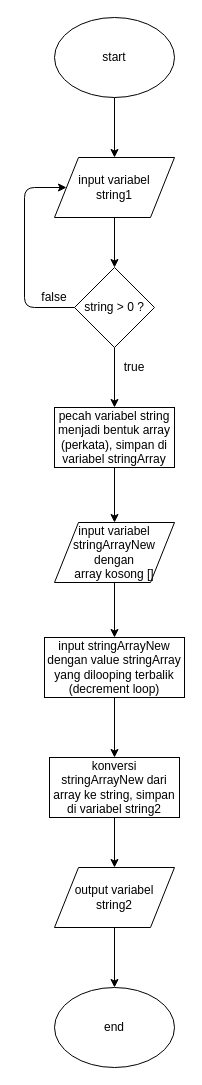
Above: fundamental-algorithm/words_reverse/words_reverse_v1.drawio in rifanid98/arkademy-rangkuman-materi (draw.io), before the change. Source tidied: cells renumbered, new cells numbered last; positions are measured from the earlier drawing's top-left corner, leaving out a move shared by most shapes. Both pictures are drawn from the tidied source at 100%, with x=0, y=0 at pixel (24, 17).
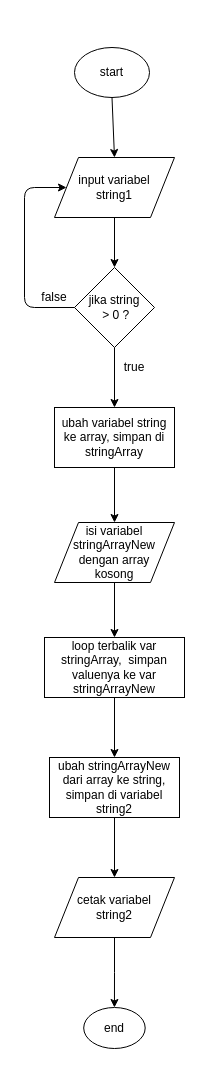
After the change.

The edit, as a diff of the source:
```diff
@@
     <mxCell id="2" value="start" style="ellipse;whiteSpace=wrap;html=1;" parent="1" vertex="1">
-      <mxGeometry x="30" width="120" height="80" as="geometry" />
+      <mxGeometry x="50" y="30" width="75" height="50" as="geometry" />
     </mxCell>
@@
-    <mxCell id="7" value="pecah variabel string menjadi bentuk array (perkata), simpan di variabel stringArray" style="rounded=0;whiteSpace=wrap;html=1;" parent="1" vertex="1">
+    <mxCell id="7" value="ubah variabel string ke array, simpan di stringArray" style="rounded=0;whiteSpace=wrap;html=1;" parent="1" vertex="1">
       <mxGeometry x="30" y="390" width="120" height="60" as="geometry" />
     </mxCell>
-    <mxCell id="8" value="string &amp;gt; 0 ?" style="rhombus;whiteSpace=wrap;html=1;" parent="1" vertex="1">
+    <mxCell id="8" value="jika string&lt;br&gt;&amp;nbsp;&amp;gt; 0 ?" style="rhombus;whiteSpace=wrap;html=1;" parent="1" vertex="1">
       <mxGeometry x="50" y="250" width="80" height="80" as="geometry" />
     </mxCell>
@@
-    <mxCell id="14" value="input variabel stringArrayNew dengan &lt;br&gt;array kosong []" style="shape=parallelogram;perimeter=parallelogramPerimeter;whiteSpace=wrap;html=1;" parent="1" vertex="1">
+    <mxCell id="14" value="isi variabel stringArrayNew dengan array &lt;br&gt;kosong" style="shape=parallelogram;perimeter=parallelogramPerimeter;whiteSpace=wrap;html=1;" parent="1" vertex="1">
       <mxGeometry x="30" y="505" width="120" height="60" as="geometry" />
     </mxCell>
@@
-    <mxCell id="16" value="input stringArrayNew dengan value stringArray yang dilooping terbalik (decrement loop)" style="rounded=0;whiteSpace=wrap;html=1;" parent="1" vertex="1">
+    <mxCell id="16" value="loop terbalik var stringArray,&amp;nbsp; simpan valuenya ke var stringArrayNew" style="rounded=0;whiteSpace=wrap;html=1;" parent="1" vertex="1">
       <mxGeometry x="20" y="620" width="140" height="60" as="geometry" />
     </mxCell>
-    <mxCell id="17" style="edgeStyle=orthogonalEdgeStyle;rounded=0;jettySize=auto;html=1;entryX=0.5;entryY=0;entryDx=0;entryDy=0;" parent="1" edge="1" source="18" target="20">
+    <mxCell id="17" style="edgeStyle=orthogonalEdgeStyle;rounded=0;jettySize=auto;html=1;" parent="1" edge="1" source="18" target="20">
       <mxGeometry relative="1" as="geometry" />
     </mxCell>
-    <mxCell id="18" value="konversi stringArrayNew dari array ke string, simpan di variabel string2" style="rounded=0;whiteSpace=wrap;html=1;" parent="1" vertex="1">
+    <mxCell id="18" value="ubah stringArrayNew dari array ke string, simpan di variabel string2" style="rounded=0;whiteSpace=wrap;html=1;" parent="1" vertex="1">
       <mxGeometry x="25" y="740" width="130" height="60" as="geometry" />
     </mxCell>
@@
-    <mxCell id="20" value="output variabel string2" style="shape=parallelogram;perimeter=parallelogramPerimeter;whiteSpace=wrap;html=1;" parent="1" vertex="1">
-      <mxGeometry x="30" y="850" width="120" height="60" as="geometry" />
+    <mxCell id="20" value="cetak variabel &lt;br&gt;string2" style="shape=parallelogram;perimeter=parallelogramPerimeter;whiteSpace=wrap;html=1;" parent="1" vertex="1">
+      <mxGeometry x="30" y="860" width="120" height="60" as="geometry" />
     </mxCell>
     <mxCell id="21" value="end" style="ellipse;whiteSpace=wrap;html=1;" parent="1" vertex="1">
-      <mxGeometry x="30" y="970" width="120" height="80" as="geometry" />
+      <mxGeometry x="59.2" y="990" width="61.5" height="41" as="geometry" />
     </mxCell>
```
